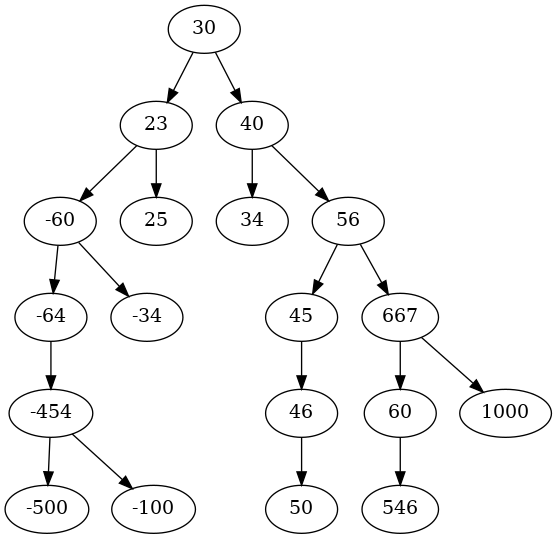
Earlier version of the Graphviz export lab_06_01/visual.png (Lesa-yps/TISD). Its source is kept beside it as lab_06_01/visual.gv.
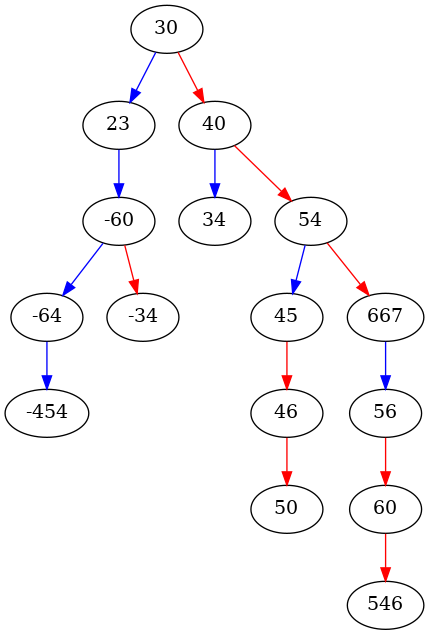
Later version of the same file.

What changed in the source:
```diff
@@ -1,20 +1,17 @@
 digraph visual_tree {
-30 -> 23;
-30 -> 40;
-23 -> -60;
-23 -> 25;
--60 -> -64;
--60 -> -34;
--64 -> -454;
--454 -> -500;
--454 -> -100;
-40 -> 34;
-40 -> 56;
-56 -> 45;
-56 -> 667;
-45 -> 46;
-46 -> 50;
-667 -> 60;
-667 -> 1000;
-60 -> 546;
+30 -> 23 [color = blue];
+30 -> 40 [color = red];
+23 -> -60 [color = blue];
+-60 -> -64 [color = blue];
+-60 -> -34 [color = red];
+-64 -> -454 [color = blue];
+40 -> 34 [color = blue];
+40 -> 54 [color = red];
+54 -> 45 [color = blue];
+54 -> 667 [color = red];
+45 -> 46 [color = red];
+46 -> 50 [color = red];
+667 -> 56 [color = blue];
+56 -> 60 [color = red];
+60 -> 546 [color = red];
 }
```
